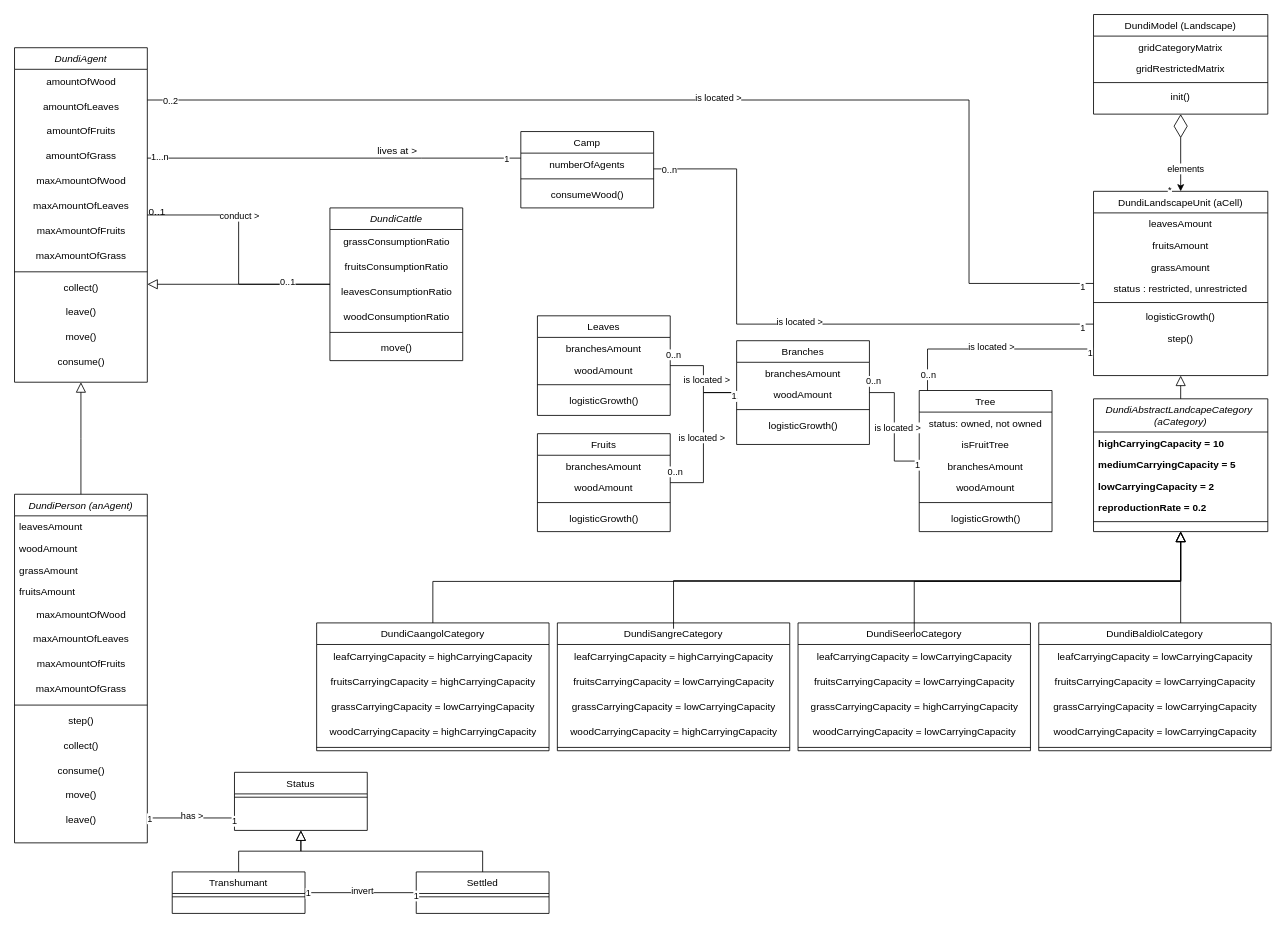
panchovdl/DundiModel keeps this draw.io diagram as page "Dundi-iteration1" (2 of 6) of DundiV0.drawio. Above is the earlier version. Source tidied: cells renumbered, new cells numbered last; positions are measured from the earlier drawing's top-left corner, leaving out a move shared by most shapes. Both pictures are drawn from the tidied source at 83%, with x=0, y=0 at pixel (14, 14).
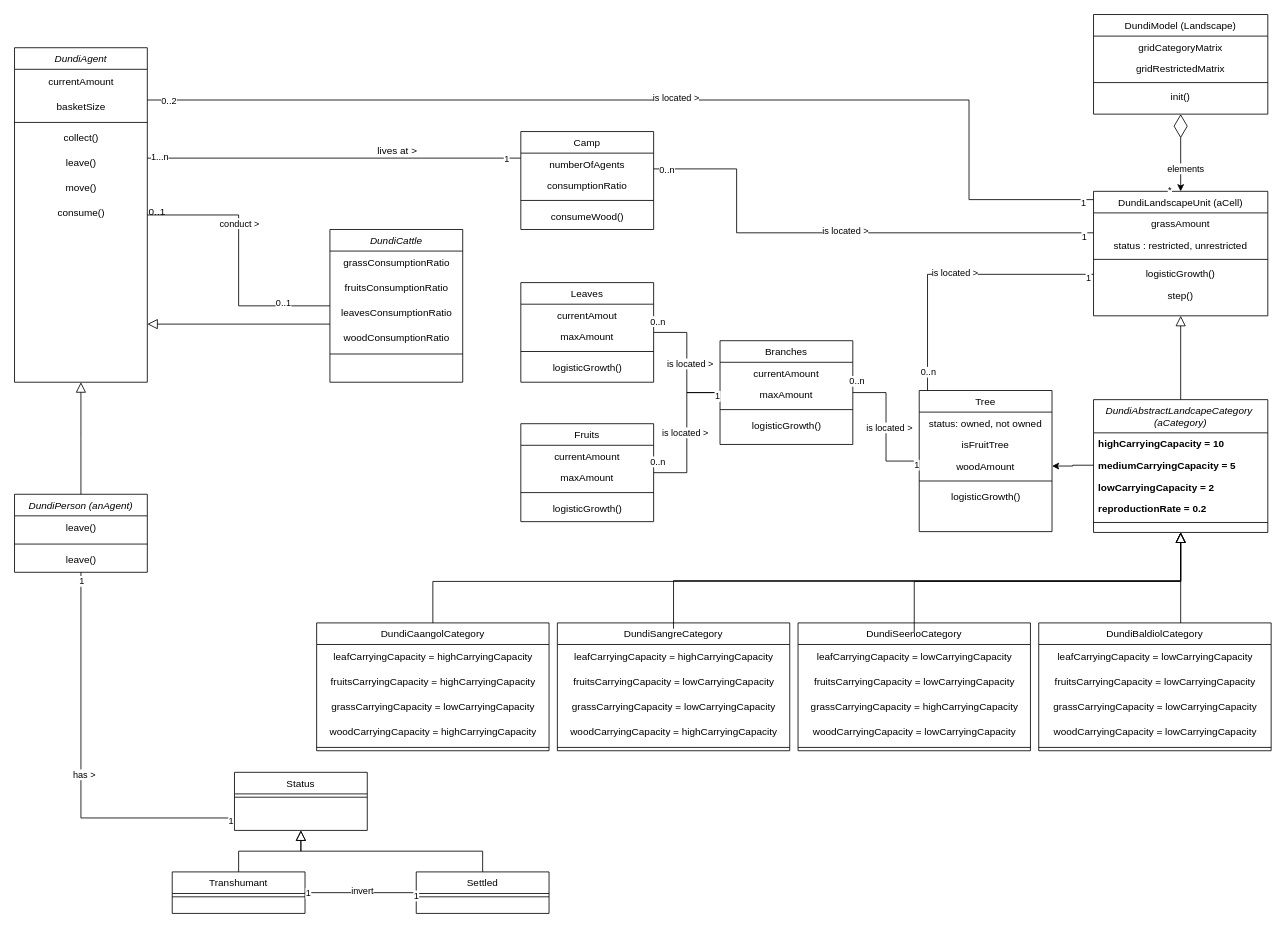
After the change.

Commit message (it also covers changes not shown here):
Mettre à jour DundiV0.drawio

Unchanged cells that the change refers to:
```xml
<mxCell id="2" value="DundiAgent" style="swimlane;fontStyle=2;align=center;verticalAlign=top;horizontal=1;startSize=26;rounded=0;shadow=0;strokeWidth=1;" parent="1" vertex="1">
  <mxGeometry y="40" width="160" height="403" as="geometry" />
</mxCell>
<mxCell id="114" value="mediumCarryingCapacity = 5" style="text;align=left;verticalAlign=top;spacingLeft=4;spacingRight=4;overflow=hidden;points=[[0,0.5],[1,0.5]];portConstraint=eastwest;fontStyle=1;" parent="112" vertex="1">
  <mxGeometry y="66" width="210" height="26" as="geometry" />
</mxCell>
<mxCell id="127" value="Tree" style="swimlane;fontStyle=0;align=center;verticalAlign=top;horizontal=1;startSize=26;rounded=0;shadow=0;strokeWidth=1;" parent="1" vertex="1">
  <mxGeometry x="1090" y="453" width="160" height="170" as="geometry" />
</mxCell>
```

The edit, as a diff of the source:
```diff
@@
-    <mxCell id="3" value="amountOfWood" style="text;html=1;align=center;verticalAlign=middle;strokeColor=none;fillColor=none;" parent="2" vertex="1">
+    <mxCell id="3" value="currentAmount" style="text;html=1;align=center;verticalAlign=middle;strokeColor=none;fillColor=none;" parent="2" vertex="1">
       <mxGeometry y="26" width="160" height="30" as="geometry" />
     </mxCell>
-    <mxCell id="4" value="amountOfLeaves" style="text;html=1;align=center;verticalAlign=middle;strokeColor=none;fillColor=none;" parent="2" vertex="1">
-      <mxGeometry y="56" width="160" height="30" as="geometry" />
-    </mxCell>
-    <mxCell id="5" value="amountOfFruits" style="text;html=1;align=center;verticalAlign=middle;strokeColor=none;fillColor=none;" parent="2" vertex="1">
-      <mxGeometry y="86" width="160" height="30" as="geometry" />
-    </mxCell>
-    <mxCell id="6" value="amountOfGrass" style="text;html=1;align=center;verticalAlign=middle;strokeColor=none;fillColor=none;" parent="2" vertex="1">
-      <mxGeometry y="116" width="160" height="30" as="geometry" />
-    </mxCell>
-    <mxCell id="7" value="maxAmountOfWood" style="text;html=1;align=center;verticalAlign=middle;strokeColor=none;fillColor=none;" parent="2" vertex="1">
-      <mxGeometry y="146" width="160" height="30" as="geometry" />
-    </mxCell>
-    <mxCell id="8" value="maxAmountOfLeaves" style="text;html=1;align=center;verticalAlign=middle;strokeColor=none;fillColor=none;" parent="2" vertex="1">
-      <mxGeometry y="176" width="160" height="30" as="geometry" />
-    </mxCell>
-    <mxCell id="9" value="maxAmountOfFruits" style="text;html=1;align=center;verticalAlign=middle;strokeColor=none;fillColor=none;" parent="2" vertex="1">
-      <mxGeometry y="206" width="160" height="30" as="geometry" />
-    </mxCell>
-    <mxCell id="10" value="maxAmountOfGrass" style="text;html=1;align=center;verticalAlign=middle;strokeColor=none;fillColor=none;" parent="2" vertex="1">
-      <mxGeometry y="236" width="160" height="30" as="geometry" />
+    <mxCell id="10" value="basketSize" style="text;html=1;align=center;verticalAlign=middle;strokeColor=none;fillColor=none;" parent="2" vertex="1">
+      <mxGeometry y="56" width="160" height="30" as="geometry" />
     </mxCell>
     <mxCell id="11" style="line;html=1;strokeWidth=1;align=left;verticalAlign=middle;spacingTop=-1;spacingLeft=3;spacingRight=3;labelPosition=right;" parent="2" vertex="1">
-      <mxGeometry y="266" width="160" height="8" as="geometry" />
+      <mxGeometry y="86" width="160" height="8" as="geometry" />
     </mxCell>
     <mxCell id="12" value="&lt;div&gt;collect()&lt;/div&gt;" style="text;html=1;align=center;verticalAlign=middle;strokeColor=none;fillColor=none;" parent="2" vertex="1">
-      <mxGeometry y="274" width="160" height="30" as="geometry" />
+      <mxGeometry y="94" width="160" height="30" as="geometry" />
     </mxCell>
     <mxCell id="13" value="&lt;div&gt;leave()&lt;/div&gt;" style="text;html=1;align=center;verticalAlign=middle;strokeColor=none;fillColor=none;" parent="2" vertex="1">
-      <mxGeometry y="304" width="160" height="30" as="geometry" />
+      <mxGeometry y="124" width="160" height="30" as="geometry" />
     </mxCell>
     <mxCell id="14" value="&lt;div&gt;move()&lt;/div&gt;" style="text;html=1;align=center;verticalAlign=middle;strokeColor=none;fillColor=none;" parent="2" vertex="1">
-      <mxGeometry y="334" width="160" height="30" as="geometry" />
+      <mxGeometry y="154" width="160" height="30" as="geometry" />
     </mxCell>
     <mxCell id="15" value="&lt;div&gt;consume()&lt;/div&gt;" style="text;html=1;align=center;verticalAlign=middle;strokeColor=none;fillColor=none;" parent="2" vertex="1">
-      <mxGeometry y="364" width="160" height="30" as="geometry" />
+      <mxGeometry y="184" width="160" height="30" as="geometry" />
     </mxCell>
     <mxCell id="16" value="Camp" style="swimlane;fontStyle=0;align=center;verticalAlign=top;horizontal=1;startSize=26;rounded=0;shadow=0;strokeWidth=1;" parent="1" vertex="1">
-      <mxGeometry x="610" y="141" width="160" height="92" as="geometry" />
+      <mxGeometry x="610" y="141" width="160" height="118" as="geometry" />
     </mxCell>
@@
+    <mxCell id="165" value="consumptionRatio" style="text;align=center;verticalAlign=top;spacingLeft=4;spacingRight=4;overflow=hidden;" parent="16" vertex="1">
+      <mxGeometry y="52" width="160" height="26" as="geometry" />
+    </mxCell>
     <mxCell id="18" style="line;html=1;strokeWidth=1;align=left;verticalAlign=middle;spacingTop=-1;spacingLeft=3;spacingRight=3;labelPosition=right;" parent="16" vertex="1">
-      <mxGeometry y="52" width="160" height="10" as="geometry" />
+      <mxGeometry y="78" width="160" height="10" as="geometry" />
     </mxCell>
     <mxCell id="19" value="&lt;div&gt;consumeWood()&lt;/div&gt;" style="text;html=1;align=center;verticalAlign=middle;strokeColor=none;fillColor=none;" parent="16" vertex="1">
-      <mxGeometry y="62" width="160" height="30" as="geometry" />
+      <mxGeometry y="88" width="160" height="30" as="geometry" />
     </mxCell>
@@
     <mxCell id="26" style="endArrow=none;html=1;rounded=0;edgeStyle=orthogonalEdgeStyle;" parent="1" edge="1" source="16" target="68">
       <mxGeometry relative="1" as="geometry">
         <Array as="points">
           <mxPoint x="870" y="186" />
-          <mxPoint x="870" y="373" />
+          <mxPoint x="870" y="263" />
         </Array>
       </mxGeometry>
     </mxCell>
@@
     <mxCell id="30" style="endArrow=none;html=1;rounded=0;edgeStyle=orthogonalEdgeStyle;" parent="1" edge="1" source="2" target="68">
       <mxGeometry relative="1" as="geometry">
         <Array as="points">
           <mxPoint x="1150" y="103" />
-          <mxPoint x="1150" y="324" />
+          <mxPoint x="1150" y="223" />
         </Array>
       </mxGeometry>
     </mxCell>
@@
     <mxCell id="40" value="DundiPerson (anAgent)" style="swimlane;fontStyle=2;align=center;verticalAlign=top;horizontal=1;startSize=26;rounded=0;shadow=0;strokeWidth=1;" parent="1" vertex="1">
-      <mxGeometry y="578" width="160" height="420" as="geometry" />
+      <mxGeometry y="578" width="160" height="94" as="geometry" />
     </mxCell>
-    <mxCell id="41" value="leavesAmount" style="text;align=left;verticalAlign=top;spacingLeft=4;spacingRight=4;overflow=hidden;" parent="40" vertex="1">
-      <mxGeometry y="26" width="160" height="26" as="geometry" />
-    </mxCell>
-    <mxCell id="42" value="woodAmount" style="text;align=left;verticalAlign=top;spacingLeft=4;spacingRight=4;overflow=hidden;" parent="40" vertex="1">
-      <mxGeometry y="52" width="160" height="26" as="geometry" />
-    </mxCell>
-    <mxCell id="43" value="grassAmount" style="text;align=left;verticalAlign=top;spacingLeft=4;spacingRight=4;overflow=hidden;" parent="40" vertex="1">
-      <mxGeometry y="78" width="160" height="26" as="geometry" />
-    </mxCell>
-    <mxCell id="44" value="fruitsAmount" style="text;align=left;verticalAlign=top;spacingLeft=4;spacingRight=4;overflow=hidden;" parent="40" vertex="1">
-      <mxGeometry y="104" width="160" height="26" as="geometry" />
-    </mxCell>
-    <mxCell id="45" value="maxAmountOfWood" style="text;html=1;align=center;verticalAlign=middle;strokeColor=none;fillColor=none;" parent="40" vertex="1">
-      <mxGeometry y="130" width="160" height="30" as="geometry" />
-    </mxCell>
-    <mxCell id="46" value="maxAmountOfLeaves" style="text;html=1;align=center;verticalAlign=middle;strokeColor=none;fillColor=none;" parent="40" vertex="1">
-      <mxGeometry y="160" width="160" height="30" as="geometry" />
-    </mxCell>
-    <mxCell id="47" value="maxAmountOfFruits" style="text;html=1;align=center;verticalAlign=middle;strokeColor=none;fillColor=none;" parent="40" vertex="1">
-      <mxGeometry y="190" width="160" height="30" as="geometry" />
-    </mxCell>
-    <mxCell id="48" value="maxAmountOfGrass" style="text;html=1;align=center;verticalAlign=middle;strokeColor=none;fillColor=none;" parent="40" vertex="1">
-      <mxGeometry y="220" width="160" height="30" as="geometry" />
-    </mxCell>
+    <mxCell id="54" value="&lt;div&gt;leave()&lt;/div&gt;" style="text;html=1;align=center;verticalAlign=middle;strokeColor=none;fillColor=none;" parent="40" vertex="1">
+      <mxGeometry y="26" width="160" height="30" as="geometry" />
+    </mxCell>
     <mxCell id="49" style="line;html=1;strokeWidth=1;align=left;verticalAlign=middle;spacingTop=-1;spacingLeft=3;spacingRight=3;labelPosition=right;" parent="40" vertex="1">
-      <mxGeometry y="250" width="160" height="8" as="geometry" />
+      <mxGeometry y="56" width="160" height="8" as="geometry" />
     </mxCell>
-    <mxCell id="50" value="step()" style="text;html=1;align=center;verticalAlign=middle;strokeColor=none;fillColor=none;" parent="40" vertex="1">
-      <mxGeometry y="258" width="160" height="30" as="geometry" />
-    </mxCell>
-    <mxCell id="51" value="&lt;div&gt;collect()&lt;/div&gt;" style="text;html=1;align=center;verticalAlign=middle;strokeColor=none;fillColor=none;" parent="40" vertex="1">
-      <mxGeometry y="288" width="160" height="30" as="geometry" />
-    </mxCell>
-    <mxCell id="52" value="&lt;div&gt;consume()&lt;/div&gt;" style="text;html=1;align=center;verticalAlign=middle;strokeColor=none;fillColor=none;" parent="40" vertex="1">
-      <mxGeometry y="318" width="160" height="30" as="geometry" />
-    </mxCell>
-    <mxCell id="53" value="&lt;div&gt;move()&lt;/div&gt;" style="text;html=1;align=center;verticalAlign=middle;strokeColor=none;fillColor=none;" parent="40" vertex="1">
-      <mxGeometry y="348" width="160" height="30" as="geometry" />
-    </mxCell>
-    <mxCell id="54" value="&lt;div&gt;leave()&lt;/div&gt;" style="text;html=1;align=center;verticalAlign=middle;strokeColor=none;fillColor=none;" parent="40" vertex="1">
-      <mxGeometry y="378" width="160" height="30" as="geometry" />
-    </mxCell>
+    <mxCell id="166" value="&lt;div&gt;leave()&lt;/div&gt;" style="text;html=1;align=center;verticalAlign=middle;strokeColor=none;fillColor=none;" parent="40" vertex="1">
+      <mxGeometry y="64" width="160" height="30" as="geometry" />
+    </mxCell>
     <mxCell id="55" style="endArrow=block;endSize=10;endFill=0;shadow=0;strokeWidth=1;rounded=0;edgeStyle=elbowEdgeStyle;elbow=vertical;" parent="1" edge="1" source="61" target="2">
-      <mxGeometry relative="1" as="geometry" />
+      <mxGeometry relative="1" as="geometry">
+        <Array as="points">
+          <mxPoint x="280" y="373" />
+        </Array>
+      </mxGeometry>
     </mxCell>
@@
     <mxCell id="61" value="DundiCattle" style="swimlane;fontStyle=2;align=center;verticalAlign=top;horizontal=1;startSize=26;rounded=0;shadow=0;strokeWidth=1;" parent="1" vertex="1">
-      <mxGeometry x="380" y="233" width="160" height="184" as="geometry" />
+      <mxGeometry x="380" y="259" width="160" height="184" as="geometry" />
     </mxCell>
@@
-    <mxCell id="67" value="&lt;div&gt;move()&lt;/div&gt;" style="text;html=1;align=center;verticalAlign=middle;strokeColor=none;fillColor=none;" parent="61" vertex="1">
-      <mxGeometry y="154" width="160" height="30" as="geometry" />
-    </mxCell>
     <mxCell id="68" value="DundiLandscapeUnit (aCell)" style="swimlane;fontStyle=0;align=center;verticalAlign=top;horizontal=1;startSize=26;rounded=0;shadow=0;strokeWidth=1;" parent="1" vertex="1">
-      <mxGeometry x="1300" y="213" width="210" height="222" as="geometry" />
+      <mxGeometry x="1300" y="213" width="210" height="150" as="geometry" />
     </mxCell>
-    <mxCell id="69" value="leavesAmount" style="text;align=center;verticalAlign=top;spacingLeft=4;spacingRight=4;overflow=hidden;" parent="68" vertex="1">
-      <mxGeometry y="26" width="210" height="26" as="geometry" />
-    </mxCell>
-    <mxCell id="70" value="fruitsAmount" style="text;align=center;verticalAlign=top;spacingLeft=4;spacingRight=4;overflow=hidden;" parent="68" vertex="1">
-      <mxGeometry y="52" width="210" height="26" as="geometry" />
-    </mxCell>
     <mxCell id="71" value="grassAmount" style="text;align=center;verticalAlign=top;spacingLeft=4;spacingRight=4;overflow=hidden;" parent="68" vertex="1">
-      <mxGeometry y="78" width="210" height="26" as="geometry" />
+      <mxGeometry y="26" width="210" height="26" as="geometry" />
     </mxCell>
     <mxCell id="72" value="status : restricted, unrestricted" style="text;align=center;verticalAlign=top;spacingLeft=4;spacingRight=4;overflow=hidden;" parent="68" vertex="1">
-      <mxGeometry y="104" width="210" height="26" as="geometry" />
+      <mxGeometry y="52" width="210" height="26" as="geometry" />
     </mxCell>
     <mxCell id="73" style="line;html=1;strokeWidth=1;align=left;verticalAlign=middle;spacingTop=-1;spacingLeft=3;spacingRight=3;labelPosition=right;" parent="68" vertex="1">
-      <mxGeometry y="130" width="210" height="8" as="geometry" />
+      <mxGeometry y="78" width="210" height="8" as="geometry" />
     </mxCell>
     <mxCell id="74" value="logisticGrowth()" style="text;align=center;verticalAlign=top;spacingLeft=4;spacingRight=4;overflow=hidden;" parent="68" vertex="1">
-      <mxGeometry y="138" width="210" height="26" as="geometry" />
+      <mxGeometry y="86" width="210" height="26" as="geometry" />
     </mxCell>
     <mxCell id="75" value="step()" style="text;align=center;verticalAlign=top;spacingLeft=4;spacingRight=4;overflow=hidden;" parent="68" vertex="1">
-      <mxGeometry y="164" width="210" height="26" as="geometry" />
+      <mxGeometry y="112" width="210" height="26" as="geometry" />
     </mxCell>
@@
     <mxCell id="112" value="DundiAbstractLandcapeCategory &#10;(aCategory)" style="swimlane;fontStyle=2;align=center;verticalAlign=top;horizontal=1;startSize=40;rounded=0;shadow=0;strokeWidth=1;" parent="1" vertex="1">
-      <mxGeometry x="1300" y="463" width="210" height="160" as="geometry" />
+      <mxGeometry x="1300" y="464" width="210" height="160" as="geometry" />
     </mxCell>
@@
-    <mxCell id="130" value="branchesAmount" style="text;align=center;verticalAlign=top;spacingLeft=4;spacingRight=4;overflow=hidden;" parent="127" vertex="1">
-      <mxGeometry y="78" width="160" height="26" as="geometry" />
-    </mxCell>
     <mxCell id="131" value="woodAmount" style="text;align=center;verticalAlign=top;spacingLeft=4;spacingRight=4;overflow=hidden;points=[[0,0.5],[1,0.5]];portConstraint=eastwest;" parent="127" vertex="1">
-      <mxGeometry y="104" width="160" height="26" as="geometry" />
+      <mxGeometry y="78" width="160" height="26" as="geometry" />
     </mxCell>
     <mxCell id="132" style="line;html=1;strokeWidth=1;align=left;verticalAlign=middle;spacingTop=-1;spacingLeft=3;spacingRight=3;labelPosition=right;" parent="127" vertex="1">
-      <mxGeometry y="130" width="160" height="10" as="geometry" />
+      <mxGeometry y="104" width="160" height="10" as="geometry" />
     </mxCell>
     <mxCell id="133" value="logisticGrowth()" style="text;html=1;align=center;verticalAlign=middle;strokeColor=none;fillColor=none;" parent="127" vertex="1">
-      <mxGeometry y="140" width="160" height="30" as="geometry" />
+      <mxGeometry y="114" width="160" height="30" as="geometry" />
     </mxCell>
     <mxCell id="134" value="Branches" style="swimlane;fontStyle=0;align=center;verticalAlign=top;horizontal=1;startSize=26;rounded=0;shadow=0;strokeWidth=1;" parent="1" vertex="1">
-      <mxGeometry x="870" y="393" width="160" height="125" as="geometry" />
+      <mxGeometry x="850" y="393" width="160" height="125" as="geometry" />
     </mxCell>
-    <mxCell id="135" value="branchesAmount" style="text;align=center;verticalAlign=top;spacingLeft=4;spacingRight=4;overflow=hidden;" parent="134" vertex="1">
+    <mxCell id="135" value="currentAmount" style="text;align=center;verticalAlign=top;spacingLeft=4;spacingRight=4;overflow=hidden;" parent="134" vertex="1">
       <mxGeometry y="26" width="160" height="26" as="geometry" />
     </mxCell>
-    <mxCell id="136" value="woodAmount" style="text;align=center;verticalAlign=top;spacingLeft=4;spacingRight=4;overflow=hidden;" parent="134" vertex="1">
+    <mxCell id="136" value="maxAmount" style="text;align=center;verticalAlign=top;spacingLeft=4;spacingRight=4;overflow=hidden;" parent="134" vertex="1">
       <mxGeometry y="52" width="160" height="26" as="geometry" />
     </mxCell>
@@
     <mxCell id="139" value="Leaves" style="swimlane;fontStyle=0;align=center;verticalAlign=top;horizontal=1;startSize=26;rounded=0;shadow=0;strokeWidth=1;" parent="1" vertex="1">
-      <mxGeometry x="630" y="363" width="160" height="120" as="geometry" />
+      <mxGeometry x="610" y="323" width="160" height="120" as="geometry" />
     </mxCell>
-    <mxCell id="140" value="branchesAmount" style="text;align=center;verticalAlign=top;spacingLeft=4;spacingRight=4;overflow=hidden;" parent="139" vertex="1">
+    <mxCell id="140" value="currentAmout" style="text;align=center;verticalAlign=top;spacingLeft=4;spacingRight=4;overflow=hidden;" parent="139" vertex="1">
       <mxGeometry y="26" width="160" height="26" as="geometry" />
     </mxCell>
-    <mxCell id="141" value="woodAmount" style="text;align=center;verticalAlign=top;spacingLeft=4;spacingRight=4;overflow=hidden;" parent="139" vertex="1">
+    <mxCell id="141" value="maxAmount" style="text;align=center;verticalAlign=top;spacingLeft=4;spacingRight=4;overflow=hidden;" parent="139" vertex="1">
       <mxGeometry y="52" width="160" height="26" as="geometry" />
     </mxCell>
@@
     <mxCell id="144" value="Fruits" style="swimlane;fontStyle=0;align=center;verticalAlign=top;horizontal=1;startSize=26;rounded=0;shadow=0;strokeWidth=1;" parent="1" vertex="1">
-      <mxGeometry x="630" y="505" width="160" height="118" as="geometry" />
+      <mxGeometry x="610" y="493" width="160" height="118" as="geometry" />
     </mxCell>
-    <mxCell id="145" value="branchesAmount" style="text;align=center;verticalAlign=top;spacingLeft=4;spacingRight=4;overflow=hidden;" parent="144" vertex="1">
+    <mxCell id="145" value="currentAmount" style="text;align=center;verticalAlign=top;spacingLeft=4;spacingRight=4;overflow=hidden;" parent="144" vertex="1">
       <mxGeometry y="26" width="160" height="26" as="geometry" />
     </mxCell>
-    <mxCell id="146" value="woodAmount" style="text;align=center;verticalAlign=top;spacingLeft=4;spacingRight=4;overflow=hidden;" parent="144" vertex="1">
+    <mxCell id="146" value="maxAmount" style="text;align=center;verticalAlign=top;spacingLeft=4;spacingRight=4;overflow=hidden;" parent="144" vertex="1">
       <mxGeometry y="52" width="160" height="26" as="geometry" />
     </mxCell>
@@
     <mxCell id="149" style="endArrow=none;html=1;rounded=0;edgeStyle=orthogonalEdgeStyle;" parent="1" edge="1" source="127" target="68">
       <mxGeometry relative="1" as="geometry">
         <Array as="points">
-          <mxPoint x="1100" y="403" />
+          <mxPoint x="1100" y="313" />
         </Array>
       </mxGeometry>
     </mxCell>
@@
+    <mxCell id="167" style="edgeStyle=orthogonalEdgeStyle;rounded=0;jettySize=auto;html=1;" parent="1" edge="1" source="114" target="131">
+      <mxGeometry relative="1" as="geometry" />
+    </mxCell>
```
